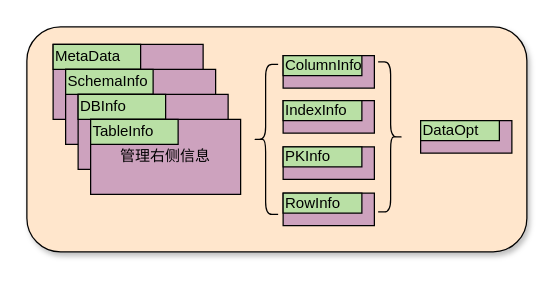
The draw.io diagram sql_metadate.drawio in arlottang/tdh_bit, before the edit. Source tidied: cells renumbered, new cells numbered last; positions are measured from the earlier drawing's top-left corner, leaving out a move shared by most shapes. Both pictures are drawn from the tidied source at 125%, with x=0, y=0 at pixel (26, 26).
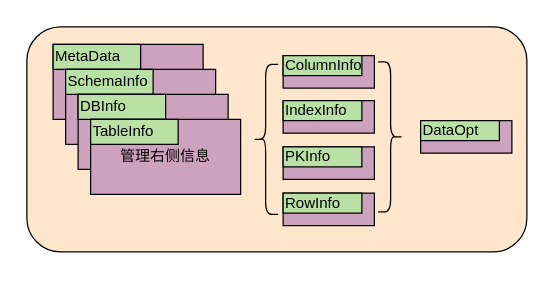
The same diagram, later.

Diff of the diagram source:
```diff
@@
-    <mxCell id="2" style="rounded=1;whiteSpace=wrap;html=1;shadow=1;fillColor=#FFE6CC;" parent="1" vertex="1">
+    <mxCell id="2" style="rounded=1;whiteSpace=wrap;html=1;shadow=0;fillColor=#FFE6CC;" parent="1" vertex="1">
       <mxGeometry width="400" height="180" as="geometry" />
     </mxCell>
```
